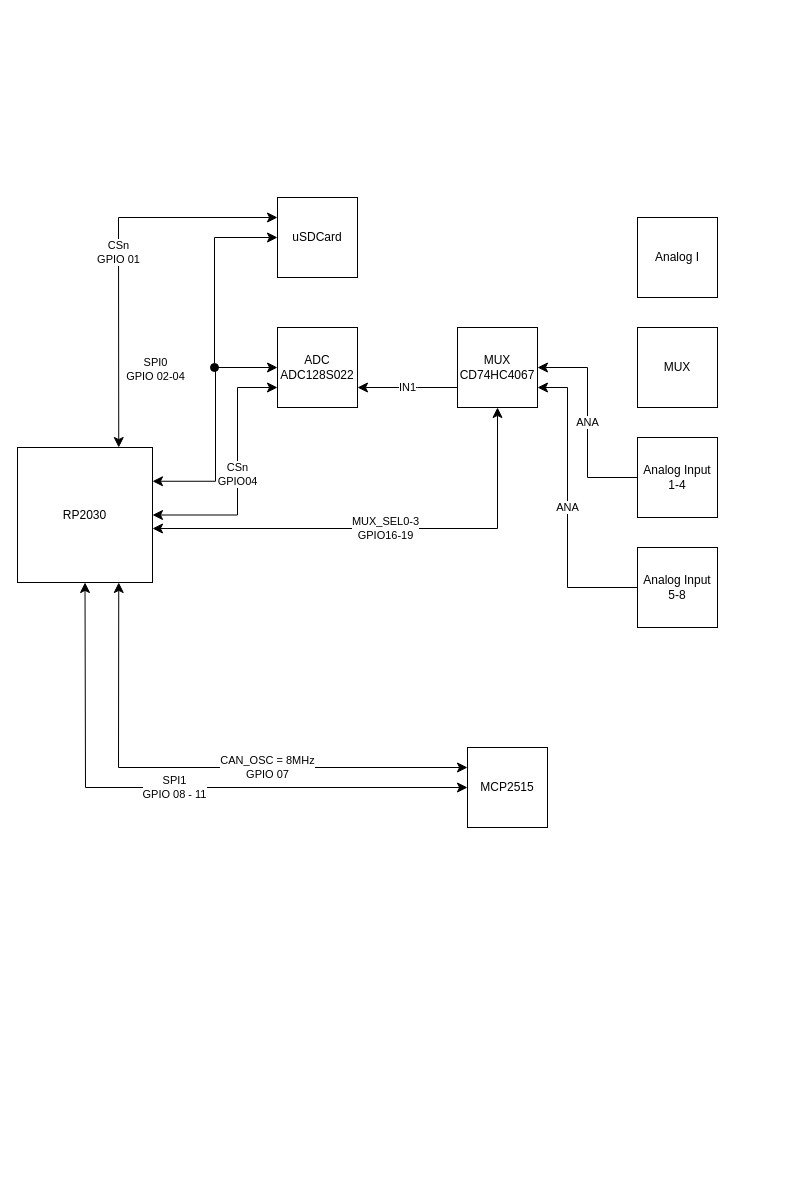
The draw.io diagram CANBUS_pressure_monitor.drawio in hkymstr/CAN_Pressure, before the edit. Source tidied: cells renumbered, new cells numbered last; positions are measured from the earlier drawing's top-left corner, leaving out a move shared by most shapes. Both pictures are drawn from the tidied source at 100%, with x=0, y=0 at pixel (17, 197).
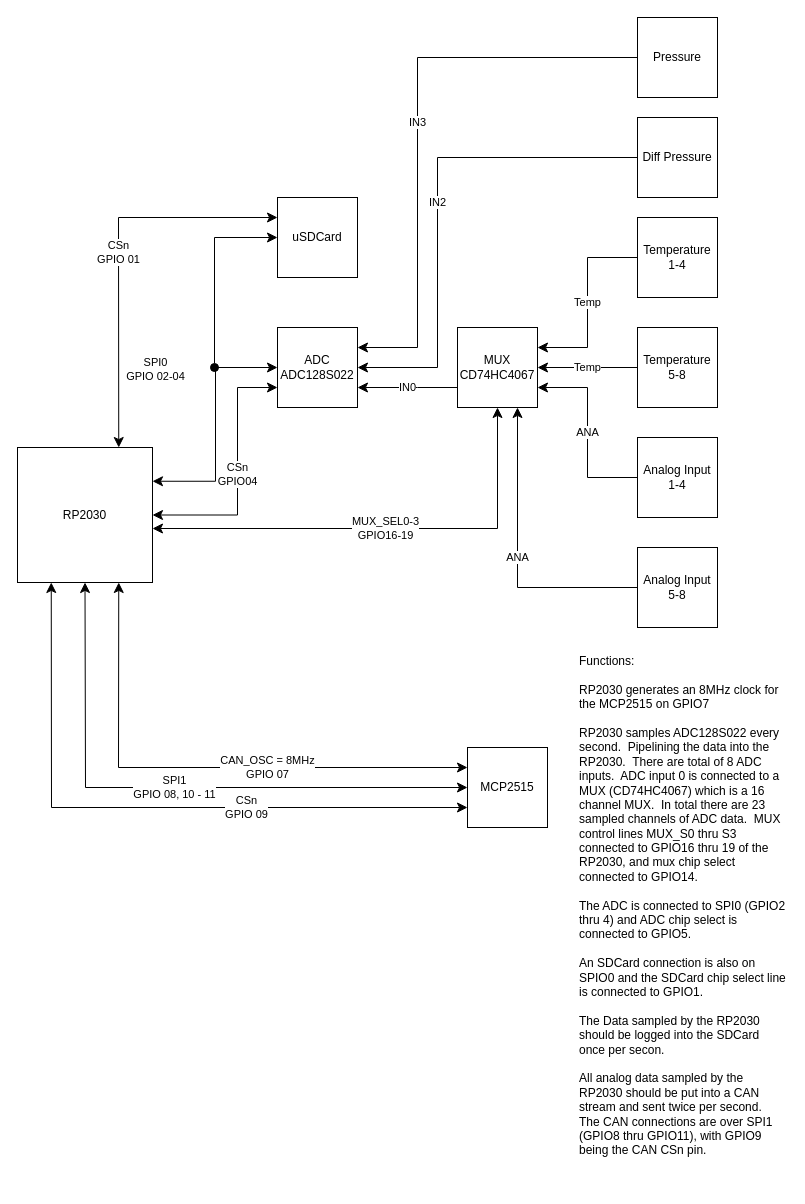
After the change.

Unchanged cells that the change refers to:
```xml
<mxCell id="2" value="RP2030" style="whiteSpace=wrap;html=1;" parent="1" vertex="1">
  <mxGeometry y="250" width="135" height="135" as="geometry" />
</mxCell>
<mxCell id="3" value="ADC&lt;div&gt;ADC128S022&lt;/div&gt;" style="whiteSpace=wrap;html=1;" parent="1" vertex="1">
  <mxGeometry x="260" y="130" width="80" height="80" as="geometry" />
</mxCell>
<mxCell id="4" value="MUX&lt;div&gt;CD74HC4067&lt;/div&gt;" style="whiteSpace=wrap;html=1;" parent="1" vertex="1">
  <mxGeometry x="440" y="130" width="80" height="80" as="geometry" />
</mxCell>
<mxCell id="7" value="MCP2515" style="whiteSpace=wrap;html=1;" parent="1" vertex="1">
  <mxGeometry x="450" y="550" width="80" height="80" as="geometry" />
</mxCell>
<mxCell id="11" value="Analog Input&lt;div&gt;1-4&lt;/div&gt;" style="whiteSpace=wrap;html=1;" parent="1" vertex="1">
  <mxGeometry x="620" y="240" width="80" height="80" as="geometry" />
</mxCell>
<mxCell id="12" value="Analog Input&lt;div&gt;5-8&lt;/div&gt;" style="whiteSpace=wrap;html=1;" parent="1" vertex="1">
  <mxGeometry x="620" y="350" width="80" height="80" as="geometry" />
</mxCell>
```

The edit, as a diff of the source:
```diff
@@
-    <mxCell id="8" value="SPI1&lt;div&gt;GPIO 08 - 11&lt;/div&gt;" style="edgeStyle=elbowEdgeStyle;elbow=horizontal;endArrow=classic;html=1;curved=0;rounded=0;endSize=8;startSize=8;exitX=0.5;exitY=1;exitDx=0;exitDy=0;entryX=0;entryY=0.5;entryDx=0;entryDy=0;startArrow=classic;startFill=1;" parent="1" edge="1" source="2" target="7">
+    <mxCell id="8" value="SPI1&lt;div&gt;GPIO 08, 10 - 11&lt;/div&gt;" style="edgeStyle=elbowEdgeStyle;elbow=horizontal;endArrow=classic;html=1;curved=0;rounded=0;endSize=8;startSize=8;exitX=0.5;exitY=1;exitDx=0;exitDy=0;entryX=0;entryY=0.5;entryDx=0;entryDy=0;startArrow=classic;startFill=1;" parent="1" edge="1" source="2" target="7">
       <mxGeometry relative="1" as="geometry">
         <Array as="points">
           <mxPoint x="68" y="520" />
         </Array>
       </mxGeometry>
     </mxCell>
-    <mxCell id="9" value="Analog I" style="whiteSpace=wrap;html=1;" parent="1" vertex="1">
+    <mxCell id="9" value="Temperature&lt;div&gt;1-4&lt;/div&gt;" style="whiteSpace=wrap;html=1;" parent="1" vertex="1">
       <mxGeometry x="620" y="20" width="80" height="80" as="geometry" />
     </mxCell>
-    <mxCell id="10" value="MUX" style="whiteSpace=wrap;html=1;" parent="1" vertex="1">
+    <mxCell id="10" value="Temperature&lt;div&gt;5-8&lt;/div&gt;" style="whiteSpace=wrap;html=1;" parent="1" vertex="1">
       <mxGeometry x="620" y="130" width="80" height="80" as="geometry" />
     </mxCell>
@@
-    <mxCell id="13" value="ANA" style="edgeStyle=elbowEdgeStyle;elbow=horizontal;endArrow=none;html=1;curved=0;rounded=0;endSize=8;startSize=8;exitX=1;exitY=0.75;exitDx=0;exitDy=0;entryX=0;entryY=0.5;entryDx=0;entryDy=0;startArrow=classic;startFill=1;endFill=0;" parent="1" edge="1" source="4" target="12">
+    <mxCell id="13" value="ANA" style="edgeStyle=elbowEdgeStyle;elbow=horizontal;endArrow=none;html=1;curved=0;rounded=0;endSize=8;startSize=8;exitX=0.75;exitY=1;exitDx=0;exitDy=0;entryX=0;entryY=0.5;entryDx=0;entryDy=0;startArrow=classic;startFill=1;endFill=0;" parent="1" edge="1" source="4" target="12">
       <mxGeometry relative="1" as="geometry">
         <Array as="points">
-          <mxPoint x="550" y="290" />
+          <mxPoint x="500" y="300" />
         </Array>
       </mxGeometry>
     </mxCell>
-    <mxCell id="14" value="ANA" style="edgeStyle=elbowEdgeStyle;elbow=horizontal;endArrow=none;html=1;curved=0;rounded=0;endSize=8;startSize=8;exitX=1;exitY=0.5;exitDx=0;exitDy=0;entryX=0;entryY=0.5;entryDx=0;entryDy=0;startArrow=classic;startFill=1;endFill=0;" parent="1" edge="1" source="4" target="11">
+    <mxCell id="14" value="ANA" style="edgeStyle=elbowEdgeStyle;elbow=horizontal;endArrow=none;html=1;curved=0;rounded=0;endSize=8;startSize=8;exitX=1;exitY=0.75;exitDx=0;exitDy=0;entryX=0;entryY=0.5;entryDx=0;entryDy=0;startArrow=classic;startFill=1;endFill=0;" parent="1" edge="1" source="4" target="11">
       <mxGeometry relative="1" as="geometry">
         <Array as="points">
           <mxPoint x="570" y="230" />
         </Array>
       </mxGeometry>
     </mxCell>
-    <mxCell id="15" value="IN1" style="edgeStyle=elbowEdgeStyle;elbow=horizontal;endArrow=none;html=1;curved=0;rounded=0;endSize=8;startSize=8;exitX=1;exitY=0.75;exitDx=0;exitDy=0;entryX=0;entryY=0.75;entryDx=0;entryDy=0;startArrow=classic;startFill=1;endFill=0;" parent="1" edge="1" source="3" target="4">
+    <mxCell id="15" value="IN0" style="edgeStyle=elbowEdgeStyle;elbow=horizontal;endArrow=none;html=1;curved=0;rounded=0;endSize=8;startSize=8;exitX=1;exitY=0.75;exitDx=0;exitDy=0;entryX=0;entryY=0.75;entryDx=0;entryDy=0;startArrow=classic;startFill=1;endFill=0;" parent="1" edge="1" source="3" target="4">
       <mxGeometry relative="1" as="geometry">
         <Array as="points">
           <mxPoint x="400" y="190" />
         </Array>
       </mxGeometry>
     </mxCell>
@@
+    <mxCell id="21" value="Temp" style="edgeStyle=elbowEdgeStyle;elbow=horizontal;endArrow=none;html=1;curved=0;rounded=0;endSize=8;startSize=8;exitX=1;exitY=0.25;exitDx=0;exitDy=0;entryX=0;entryY=0.5;entryDx=0;entryDy=0;startArrow=classic;startFill=1;endFill=0;" parent="1" edge="1" source="4" target="9">
+      <mxGeometry relative="1" as="geometry">
+        <Array as="points">
+          <mxPoint x="570" y="70" />
+        </Array>
+      </mxGeometry>
+    </mxCell>
+    <mxCell id="22" value="Temp" style="edgeStyle=elbowEdgeStyle;elbow=horizontal;endArrow=none;html=1;curved=0;rounded=0;endSize=8;startSize=8;exitX=1;exitY=0.5;exitDx=0;exitDy=0;entryX=0;entryY=0.5;entryDx=0;entryDy=0;startArrow=classic;startFill=1;endFill=0;" parent="1" edge="1" source="4" target="10">
+      <mxGeometry relative="1" as="geometry">
+        <Array as="points">
+          <mxPoint x="570" y="160" />
+        </Array>
+      </mxGeometry>
+    </mxCell>
+    <mxCell id="23" value="Pressure" style="whiteSpace=wrap;html=1;" parent="1" vertex="1">
+      <mxGeometry x="620" y="-180" width="80" height="80" as="geometry" />
+    </mxCell>
+    <mxCell id="24" value="Diff Pressure" style="whiteSpace=wrap;html=1;" parent="1" vertex="1">
+      <mxGeometry x="620" y="-80" width="80" height="80" as="geometry" />
+    </mxCell>
+    <mxCell id="25" value="IN2" style="edgeStyle=elbowEdgeStyle;elbow=horizontal;endArrow=none;html=1;curved=0;rounded=0;endSize=8;startSize=8;exitX=1;exitY=0.5;exitDx=0;exitDy=0;entryX=0;entryY=0.5;entryDx=0;entryDy=0;startArrow=classic;startFill=1;endFill=0;" parent="1" edge="1" source="3" target="24">
+      <mxGeometry relative="1" as="geometry">
+        <Array as="points">
+          <mxPoint x="420" y="80" />
+        </Array>
+      </mxGeometry>
+    </mxCell>
+    <mxCell id="26" value="IN3" style="edgeStyle=elbowEdgeStyle;elbow=horizontal;endArrow=none;html=1;curved=0;rounded=0;endSize=8;startSize=8;exitX=1;exitY=0.25;exitDx=0;exitDy=0;entryX=0;entryY=0.5;entryDx=0;entryDy=0;startArrow=classic;startFill=1;endFill=0;" parent="1" edge="1" source="3" target="23">
+      <mxGeometry relative="1" as="geometry">
+        <Array as="points">
+          <mxPoint x="400" y="-30" />
+        </Array>
+      </mxGeometry>
+    </mxCell>
+    <mxCell id="27" value="Functions:&lt;div&gt;&lt;br&gt;&lt;/div&gt;&lt;div&gt;RP2030 generates an 8MHz clock for the MCP2515 on GPIO7&lt;/div&gt;&lt;div&gt;&lt;br&gt;&lt;/div&gt;&lt;div&gt;RP2030 samples ADC128S022 every second.&amp;nbsp; Pipelining the data into the RP2030.&amp;nbsp; There are total of 8 ADC inputs.&amp;nbsp; ADC input 0 is connected to a MUX (CD74HC4067) which is a 16 channel MUX.&amp;nbsp; In total there are 23 sampled channels of ADC data.&amp;nbsp; MUX control lines MUX_S0 thru S3 connected to GPIO16 thru 19 of the RP2030, and mux chip select connected to GPIO14.&lt;/div&gt;&lt;div&gt;&lt;br&gt;&lt;/div&gt;&lt;div&gt;The ADC is connected to SPI0 (GPIO2 thru 4) and ADC chip select is connected to GPIO5.&lt;/div&gt;&lt;div&gt;&lt;br&gt;&lt;/div&gt;&lt;div&gt;An SDCard connection is also on SPIO0 and the SDCard chip select line is connected to GPIO1.&amp;nbsp;&lt;/div&gt;&lt;div&gt;&lt;br&gt;&lt;/div&gt;&lt;div&gt;The Data sampled by the RP2030 should be logged into the SDCard once per secon.&lt;/div&gt;&lt;div&gt;&lt;br&gt;&lt;/div&gt;&lt;div&gt;All analog data sampled by the RP2030 should be put into a CAN stream and sent twice per second.&amp;nbsp; The CAN connections are over SPI1 (GPIO8 thru GPIO11), with GPIO9 being the CAN CSn pin.&lt;/div&gt;&lt;div&gt;&lt;br&gt;&lt;/div&gt;&lt;div&gt;&lt;br&gt;&lt;/div&gt;" style="text;html=1;align=left;verticalAlign=top;whiteSpace=wrap;rounded=0;" parent="1" vertex="1">
+      <mxGeometry x="560" y="450" width="210" height="500" as="geometry" />
+    </mxCell>
+    <mxCell id="28" value="CSn&lt;div&gt;GPIO 09&lt;/div&gt;" style="edgeStyle=elbowEdgeStyle;elbow=horizontal;endArrow=classic;html=1;curved=0;rounded=0;endSize=8;startSize=8;exitX=0.25;exitY=1;exitDx=0;exitDy=0;entryX=0;entryY=0.75;entryDx=0;entryDy=0;startArrow=classic;startFill=1;" parent="1" edge="1" source="2" target="7">
+      <mxGeometry x="0.31" relative="1" as="geometry">
+        <Array as="points">
+          <mxPoint x="34" y="490" />
+        </Array>
+      </mxGeometry>
+    </mxCell>
```
